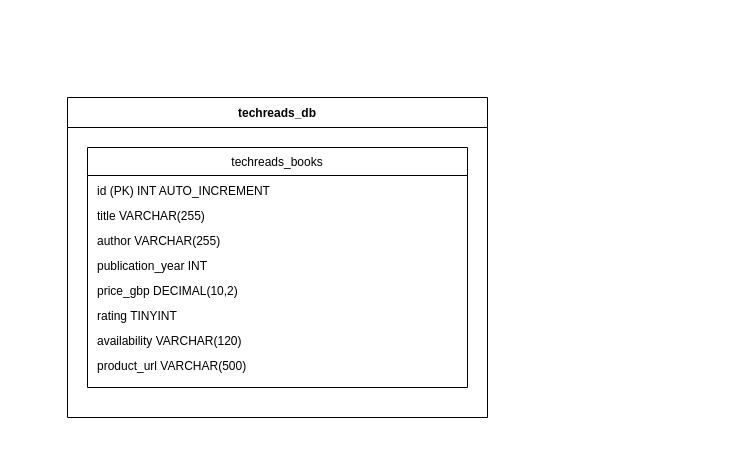
The draw.io diagram diagrams/techreads_schema.drawio in Data-Engineering123/Data-Engineering, before the edit. Source tidied: cells renumbered, new cells numbered last; positions are measured from the earlier drawing's top-left corner, leaving out a move shared by most shapes. Both pictures are drawn from the tidied source at 100%, with x=0, y=0 at pixel (67, 97).
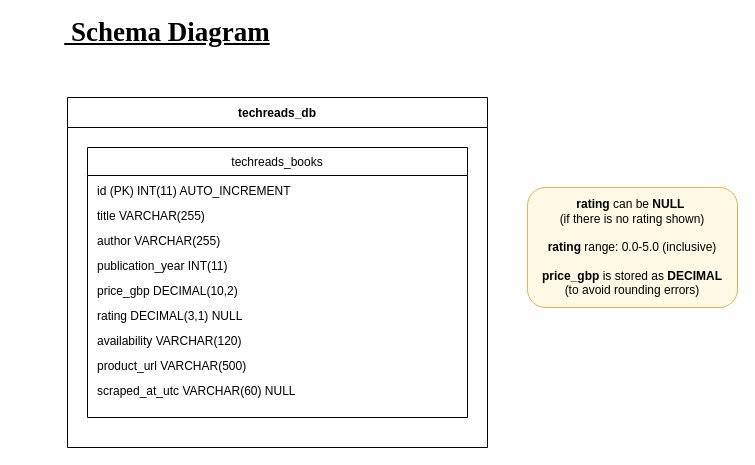
After the change.

Commit message (it also covers changes not shown here):
Modification in the Schema Diagram

What changed in the source:
```diff
@@
 <mxGraphModel>
   <root>
     <mxCell id="0" />
     <mxCell id="1" parent="0" />
     <mxCell id="2" value="techreads_db" style="swimlane;fontStyle=1;horizontal=1;startSize=30;" parent="1" vertex="1">
-      <mxGeometry width="420" height="320" as="geometry" />
+      <mxGeometry width="420" height="350" as="geometry" />
     </mxCell>
     <mxCell id="3" value="techreads_books" style="shape=table;startSize=28;" parent="2" vertex="1">
-      <mxGeometry x="20" y="50" width="380" height="240" as="geometry" />
+      <mxGeometry x="20" y="50" width="380" height="270" as="geometry" />
     </mxCell>
-    <mxCell id="4" value="id (PK) INT AUTO_INCREMENT" style="text;align=left;spacingLeft=8;" parent="3" vertex="1">
+    <mxCell id="4" value="id (PK) INT(11) AUTO_INCREMENT" style="text;align=left;spacingLeft=8;" parent="3" vertex="1">
       <mxGeometry y="30" width="380" height="25" as="geometry" />
     </mxCell>
     <mxCell id="5" value="title VARCHAR(255)" style="text;align=left;spacingLeft=8;" parent="3" vertex="1">
       <mxGeometry y="55" width="380" height="25" as="geometry" />
     </mxCell>
     <mxCell id="6" value="author VARCHAR(255)" style="text;align=left;spacingLeft=8;" parent="3" vertex="1">
       <mxGeometry y="80" width="380" height="25" as="geometry" />
     </mxCell>
-    <mxCell id="7" value="publication_year INT" style="text;align=left;spacingLeft=8;" parent="3" vertex="1">
+    <mxCell id="7" value="publication_year INT(11)" style="text;align=left;spacingLeft=8;" parent="3" vertex="1">
       <mxGeometry y="105" width="380" height="25" as="geometry" />
     </mxCell>
     <mxCell id="8" value="price_gbp DECIMAL(10,2)" style="text;align=left;spacingLeft=8;" parent="3" vertex="1">
       <mxGeometry y="130" width="380" height="25" as="geometry" />
     </mxCell>
-    <mxCell id="9" value="rating TINYINT" style="text;align=left;spacingLeft=8;" parent="3" vertex="1">
+    <mxCell id="9" value="rating DECIMAL(3,1) NULL" style="text;align=left;spacingLeft=8;" parent="3" vertex="1">
       <mxGeometry y="155" width="380" height="25" as="geometry" />
     </mxCell>
     <mxCell id="10" value="availability VARCHAR(120)" style="text;align=left;spacingLeft=8;" parent="3" vertex="1">
       <mxGeometry y="180" width="380" height="25" as="geometry" />
     </mxCell>
     <mxCell id="11" value="product_url VARCHAR(500)" style="text;align=left;spacingLeft=8;" parent="3" vertex="1">
       <mxGeometry y="205" width="380" height="25" as="geometry" />
     </mxCell>
+    <mxCell id="12" value="scraped_at_utc VARCHAR(60) NULL" style="text;align=left;spacingLeft=8;" parent="3" vertex="1">
+      <mxGeometry y="230" width="380" height="25" as="geometry" />
+    </mxCell>
+    <mxCell id="13" value="&lt;b&gt;rating&lt;/b&gt; can be &lt;b&gt;NULL&amp;nbsp;&lt;/b&gt;&lt;div&gt;(if there is no rating shown)&lt;div&gt;&lt;br&gt;&lt;div&gt;&lt;b&gt;rating&lt;/b&gt; range: 0.0-5.0 (inclusive)&lt;/div&gt;&lt;div&gt;&lt;br&gt;&lt;/div&gt;&lt;div&gt;&lt;b&gt;price_gbp&lt;/b&gt; is stored as &lt;b&gt;DECIMAL&lt;/b&gt;&lt;/div&gt;&lt;div&gt;&lt;span style=&quot;background-color: transparent; color: light-dark(rgb(0, 0, 0), rgb(255, 255, 255));&quot;&gt;(to avoid rounding errors)&lt;/span&gt;&lt;/div&gt;&lt;/div&gt;&lt;/div&gt;" style="text;html=1;align=center;verticalAlign=middle;whiteSpace=wrap;rounded=1;fillColor=light-dark(#fff9e5, #281d00);strokeColor=#d6b656;" parent="1" vertex="1">
+      <mxGeometry x="460" y="90" width="210" height="120" as="geometry" />
+    </mxCell>
+    <mxCell id="14" value="&lt;p style=&quot;margin: 0px; font-variant-numeric: normal; font-variant-east-asian: normal; font-variant-alternates: normal; font-size-adjust: none; font-language-override: normal; font-kerning: auto; font-optical-sizing: auto; font-feature-settings: normal; font-variation-settings: normal; font-variant-position: normal; font-variant-emoji: normal; font-stretch: normal; line-height: normal; font-family: &amp;quot;Times New Roman&amp;quot;; text-align: start;&quot; class=&quot;p1&quot;&gt;&lt;u style=&quot;font-size: 27px;&quot;&gt;&lt;b&gt;&lt;span class=&quot;Apple-converted-space&quot;&gt;&amp;nbsp;S&lt;/span&gt;chema Diagram&lt;/b&gt;&lt;/u&gt;&lt;/p&gt;" style="text;html=1;align=center;verticalAlign=middle;whiteSpace=wrap;rounded=0;" parent="1" vertex="1">
+      <mxGeometry x="-50" y="-80" width="300" height="30" as="geometry" />
+    </mxCell>
   </root>
 </mxGraphModel>
```
